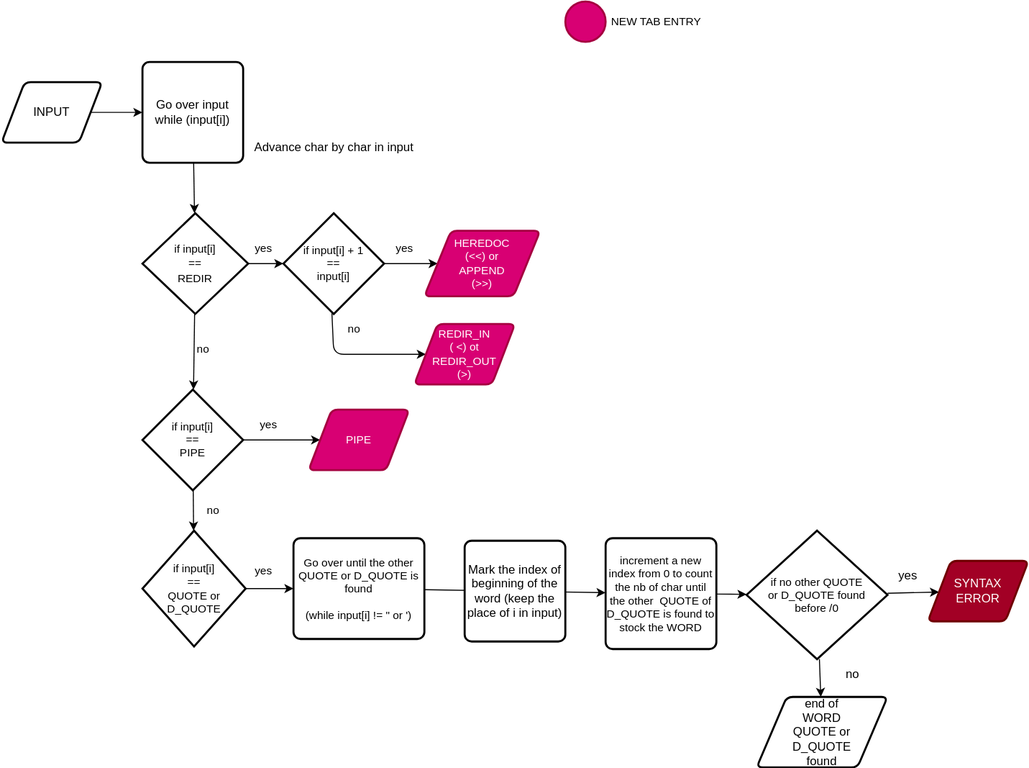
Earlier version of the draw.io export draws/doc_tokenization.drawio.svg (csteylae/MiniTry). Source tidied: cells renumbered, new cells last; positions are measured from the earlier drawing's top-left corner, leaving out a move shared by most shapes.
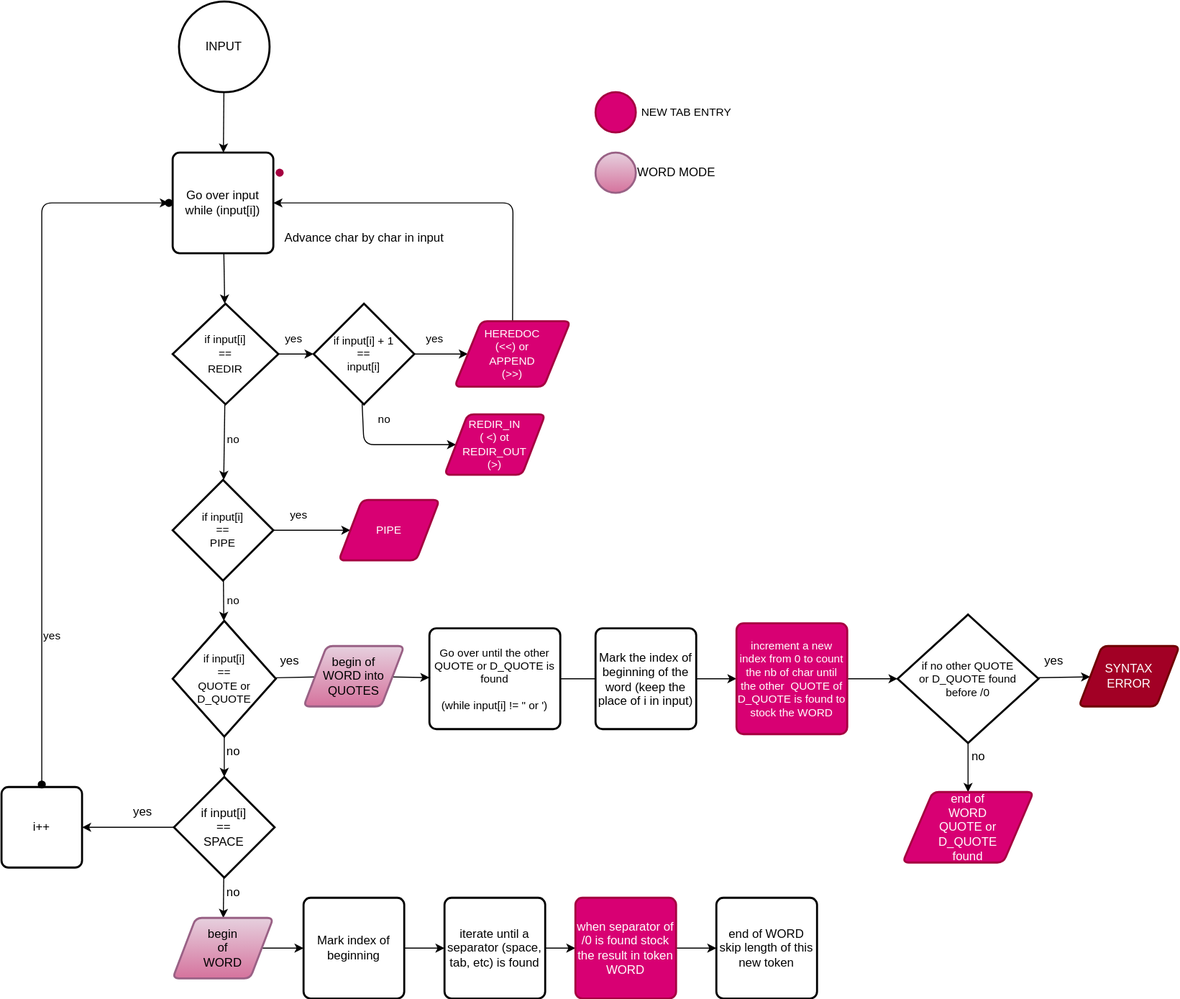
The same file after the commit.

The edit, as a diff of the source:
```diff
@@ -2,12 +2,6 @@
   <root>
     <mxCell id="0" />
     <mxCell id="1" parent="0" />
-    <mxCell id="2" style="edgeStyle=none;html=1;" parent="1" edge="1" source="3" target="5">
-      <mxGeometry relative="1" as="geometry" />
-    </mxCell>
-    <mxCell id="3" value="INPUT" style="shape=parallelogram;html=1;strokeWidth=2;perimeter=parallelogramPerimeter;whiteSpace=wrap;rounded=1;arcSize=12;size=0.23;" parent="1" vertex="1">
-      <mxGeometry y="80" width="100" height="60" as="geometry" />
-    </mxCell>
     <mxCell id="4" style="edgeStyle=none;html=1;" parent="1" edge="1" source="5" target="9">
       <mxGeometry relative="1" as="geometry" />
     </mxCell>
@@ -42,6 +36,13 @@
     <mxCell id="13" value="yes" style="text;html=1;align=center;verticalAlign=middle;strokeColor=none;fillColor=none;fontSize=11;" parent="1" vertex="1">
       <mxGeometry x="380" y="230" width="40" height="30" as="geometry" />
     </mxCell>
+    <mxCell id="42" style="edgeStyle=none;html=1;entryX=1;entryY=0.5;entryDx=0;entryDy=0;" parent="1" edge="1" source="14" target="5">
+      <mxGeometry relative="1" as="geometry">
+        <Array as="points">
+          <mxPoint x="478" y="110" />
+        </Array>
+      </mxGeometry>
+    </mxCell>
     <mxCell id="14" value="HEREDOC&lt;br&gt;&amp;nbsp;(&amp;lt;&amp;lt;) or &lt;br&gt;APPEND &lt;br&gt;(&amp;gt;&amp;gt;)" style="shape=parallelogram;html=1;strokeWidth=2;perimeter=parallelogramPerimeter;whiteSpace=wrap;rounded=1;arcSize=12;size=0.23;fontSize=11;fillColor=#d80073;fontColor=#ffffff;strokeColor=#A50040;" parent="1" vertex="1">
       <mxGeometry x="420" y="227.5" width="115" height="65" as="geometry" />
     </mxCell>
@@ -75,9 +76,12 @@
     <mxCell id="24" value="NEW TAB ENTRY&amp;nbsp;" style="text;html=1;align=center;verticalAlign=middle;strokeColor=none;fillColor=none;fontSize=11;" parent="1" vertex="1">
       <mxGeometry x="590" y="5" width="120" height="30" as="geometry" />
     </mxCell>
-    <mxCell id="25" style="edgeStyle=none;html=1;fontSize=11;" parent="1" edge="1" source="26" target="28">
+    <mxCell id="25" style="edgeStyle=none;html=1;fontSize=11;startArrow=none;" parent="1" edge="1" source="62" target="28">
       <mxGeometry relative="1" as="geometry" />
     </mxCell>
+    <mxCell id="43" style="edgeStyle=none;html=1;" parent="1" edge="1" source="26" target="46">
+      <mxGeometry relative="1" as="geometry" />
+    </mxCell>
     <mxCell id="26" value="if input[i]&lt;br&gt;== &lt;br&gt;QUOTE or&lt;br&gt;&amp;nbsp;D_QUOTE" style="strokeWidth=2;html=1;shape=mxgraph.flowchart.decision;whiteSpace=wrap;fontSize=11;" parent="1" vertex="1">
       <mxGeometry x="140" y="525" width="102.5" height="115" as="geometry" />
     </mxCell>
@@ -85,13 +89,13 @@
       <mxGeometry relative="1" as="geometry" />
     </mxCell>
     <mxCell id="28" value="Go over until the other QUOTE or D_QUOTE is found&lt;br&gt;&lt;br&gt;(while input[i] != &quot; or ')" style="rounded=1;whiteSpace=wrap;html=1;absoluteArcSize=1;arcSize=14;strokeWidth=2;fontSize=11;" parent="1" vertex="1">
-      <mxGeometry x="290" y="532.5" width="130" height="100" as="geometry" />
+      <mxGeometry x="395" y="532.5" width="130" height="100" as="geometry" />
     </mxCell>
     <mxCell id="29" value="no" style="text;html=1;align=center;verticalAlign=middle;strokeColor=none;fillColor=none;fontSize=11;" parent="1" vertex="1">
-      <mxGeometry x="190" y="490" width="40" height="30" as="geometry" />
+      <mxGeometry x="180" y="490" width="40" height="30" as="geometry" />
     </mxCell>
     <mxCell id="30" value="yes" style="text;html=1;align=center;verticalAlign=middle;strokeColor=none;fillColor=none;fontSize=11;" parent="1" vertex="1">
-      <mxGeometry x="240" y="550" width="40" height="30" as="geometry" />
+      <mxGeometry y="525" width="40" height="30" as="geometry" />
     </mxCell>
     <mxCell id="31" value="yes" style="text;html=1;align=center;verticalAlign=middle;strokeColor=none;fillColor=none;fontSize=11;" parent="1" vertex="1">
       <mxGeometry x="240" y="230" width="40" height="30" as="geometry" />
@@ -99,8 +103,8 @@
     <mxCell id="32" style="edgeStyle=none;html=1;fontSize=11;" parent="1" edge="1" source="33" target="36">
       <mxGeometry relative="1" as="geometry" />
     </mxCell>
-    <mxCell id="33" value="increment a new index from 0 to count the nb of char until the other&amp;nbsp; QUOTE of D_QUOTE is found to stock the WORD" style="rounded=1;whiteSpace=wrap;html=1;absoluteArcSize=1;arcSize=14;strokeWidth=2;fontSize=11;" parent="1" vertex="1">
-      <mxGeometry x="600" y="532.5" width="110" height="110" as="geometry" />
+    <mxCell id="33" value="increment a new index from 0 to count the nb of char until the other&amp;nbsp; QUOTE of D_QUOTE is found to stock the WORD" style="rounded=1;whiteSpace=wrap;html=1;absoluteArcSize=1;arcSize=14;strokeWidth=2;fontSize=11;fillColor=#d80073;fontColor=#ffffff;strokeColor=#A50040;" parent="1" vertex="1">
+      <mxGeometry x="700" y="527.5" width="110" height="110" as="geometry" />
     </mxCell>
     <mxCell id="34" style="edgeStyle=none;html=1;" parent="1" edge="1" source="36" target="38">
       <mxGeometry relative="1" as="geometry" />
@@ -109,22 +113,112 @@
       <mxGeometry relative="1" as="geometry" />
     </mxCell>
     <mxCell id="36" value="if no other QUOTE&lt;br&gt;&amp;nbsp;or D_QUOTE found &lt;br&gt;before /0" style="strokeWidth=2;html=1;shape=mxgraph.flowchart.decision;whiteSpace=wrap;fontSize=11;" parent="1" vertex="1">
-      <mxGeometry x="740" y="525" width="140" height="127.5" as="geometry" />
+      <mxGeometry x="860" y="518.8" width="140" height="127.5" as="geometry" />
     </mxCell>
     <mxCell id="37" value="Mark the index of beginning of the word (keep the place of i in input)" style="rounded=1;whiteSpace=wrap;html=1;absoluteArcSize=1;arcSize=14;strokeWidth=2;" parent="1" vertex="1">
-      <mxGeometry x="460" y="535" width="100" height="100" as="geometry" />
+      <mxGeometry x="560" y="532.5" width="100" height="100" as="geometry" />
     </mxCell>
     <mxCell id="38" value="SYNTAX &lt;br&gt;ERROR" style="shape=parallelogram;html=1;strokeWidth=2;perimeter=parallelogramPerimeter;whiteSpace=wrap;rounded=1;arcSize=12;size=0.23;fillColor=#a20025;fontColor=#ffffff;strokeColor=#6F0000;" parent="1" vertex="1">
-      <mxGeometry x="920" y="555" width="100" height="60" as="geometry" />
+      <mxGeometry x="1040" y="550" width="100" height="60" as="geometry" />
     </mxCell>
-    <mxCell id="39" value="yes" style="text;html=1;align=center;verticalAlign=middle;strokeColor=none;fillColor=none;" parent="1" vertex="1">
-      <mxGeometry x="880" y="555" width="40" height="30" as="geometry" />
-    </mxCell>
-    <mxCell id="40" value="end of&amp;nbsp;&lt;br&gt;WORD&lt;br&gt;QUOTE or&lt;br&gt;&amp;nbsp;D_QUOTE &lt;br&gt;found" style="shape=parallelogram;html=1;strokeWidth=2;perimeter=parallelogramPerimeter;whiteSpace=wrap;rounded=1;arcSize=12;size=0.23;" parent="1" vertex="1">
-      <mxGeometry x="750" y="690" width="130" height="70" as="geometry" />
+    <mxCell id="40" value="end of&amp;nbsp;&lt;br&gt;WORD&lt;br&gt;QUOTE or&lt;br&gt;&amp;nbsp;D_QUOTE &lt;br&gt;found" style="shape=parallelogram;html=1;strokeWidth=2;perimeter=parallelogramPerimeter;whiteSpace=wrap;rounded=1;arcSize=12;size=0.23;fillColor=#d80073;fontColor=#ffffff;strokeColor=#A50040;" parent="1" vertex="1">
+      <mxGeometry x="865" y="695" width="130" height="70" as="geometry" />
     </mxCell>
-    <mxCell id="41" value="no" style="text;html=1;align=center;verticalAlign=middle;strokeColor=none;fillColor=none;" parent="1" vertex="1">
-      <mxGeometry x="825" y="652.5" width="40" height="30" as="geometry" />
-    </mxCell>
+    <mxCell id="44" style="edgeStyle=none;html=1;" parent="1" edge="1" source="46" target="47">
+      <mxGeometry relative="1" as="geometry" />
+    </mxCell>
+    <mxCell id="45" style="edgeStyle=none;html=1;" parent="1" edge="1" source="46" target="53">
+      <mxGeometry relative="1" as="geometry" />
+    </mxCell>
+    <mxCell id="46" value="if input[i] &lt;br&gt;== &lt;br&gt;SPACE" style="strokeWidth=2;html=1;shape=mxgraph.flowchart.decision;whiteSpace=wrap;" parent="1" vertex="1">
+      <mxGeometry x="141.2" y="680" width="100" height="100" as="geometry" />
+    </mxCell>
+    <mxCell id="47" value="i++" style="rounded=1;whiteSpace=wrap;html=1;absoluteArcSize=1;arcSize=14;strokeWidth=2;" parent="1" vertex="1">
+      <mxGeometry x="-30" y="690" width="80" height="80" as="geometry" />
+    </mxCell>
+    <mxCell id="2" style="edgeStyle=none;html=1;" parent="1" edge="1" source="3" target="5">
+      <mxGeometry relative="1" as="geometry" />
+    </mxCell>
+    <mxCell id="3" value="INPUT" style="strokeWidth=2;html=1;shape=mxgraph.flowchart.start_2;whiteSpace=wrap;" parent="1" vertex="1">
+      <mxGeometry x="146.2" y="-90" width="90" height="90" as="geometry" />
+    </mxCell>
+    <mxCell id="48" style="edgeStyle=none;html=1;" parent="1" edge="1" source="49" target="50">
+      <mxGeometry relative="1" as="geometry">
+        <Array as="points">
+          <mxPoint x="10" y="110" />
+        </Array>
+      </mxGeometry>
+    </mxCell>
+    <mxCell id="49" style="shape=waypoint;sketch=0;size=6;points=[];fillColor=default;perimeter=centerPerimeter;snapToPoint=1;rounded=1;arcSize=14;strokeWidth=2;" parent="1" vertex="1">
+      <mxGeometry y="677.5" width="20" height="20" as="geometry" />
+    </mxCell>
+    <mxCell id="50" style="shape=waypoint;sketch=0;size=6;points=[];fillColor=default;perimeter=centerPerimeter;snapToPoint=1;rounded=1;arcSize=14;strokeWidth=2;" parent="1" vertex="1">
+      <mxGeometry x="126.2" y="100" width="20" height="20" as="geometry" />
+    </mxCell>
+    <mxCell id="51" value="no" style="text;html=1;align=center;verticalAlign=middle;strokeColor=none;fillColor=none;" parent="1" vertex="1">
+      <mxGeometry x="180" y="640" width="40" height="30" as="geometry" />
+    </mxCell>
+    <mxCell id="52" style="edgeStyle=none;html=1;" parent="1" edge="1" source="53" target="58">
+      <mxGeometry relative="1" as="geometry" />
+    </mxCell>
+    <mxCell id="53" value="begin &lt;br&gt;of&lt;br&gt;WORD&amp;nbsp;" style="shape=parallelogram;html=1;strokeWidth=2;perimeter=parallelogramPerimeter;whiteSpace=wrap;rounded=1;arcSize=12;size=0.23;fillColor=#e6d0de;gradientColor=#d5739d;strokeColor=#996185;" parent="1" vertex="1">
+      <mxGeometry x="140" y="820" width="100" height="60" as="geometry" />
+    </mxCell>
+    <mxCell id="54" value="yes" style="text;html=1;align=center;verticalAlign=middle;strokeColor=none;fillColor=none;" parent="1" vertex="1">
+      <mxGeometry x="90" y="700" width="40" height="30" as="geometry" />
+    </mxCell>
+    <mxCell id="55" style="edgeStyle=none;html=1;endArrow=none;" parent="1" edge="1" source="46">
+      <mxGeometry relative="1" as="geometry">
+        <mxPoint x="236.4" y="780" as="targetPoint" />
+      </mxGeometry>
+    </mxCell>
+    <mxCell id="56" value="no" style="text;html=1;align=center;verticalAlign=middle;strokeColor=none;fillColor=none;" parent="1" vertex="1">
+      <mxGeometry x="180" y="780" width="40" height="30" as="geometry" />
+    </mxCell>
+    <mxCell id="57" style="edgeStyle=none;html=1;" parent="1" edge="1" source="58" target="60">
+      <mxGeometry relative="1" as="geometry" />
+    </mxCell>
+    <mxCell id="58" value="Mark index of beginning" style="rounded=1;whiteSpace=wrap;html=1;absoluteArcSize=1;arcSize=14;strokeWidth=2;" parent="1" vertex="1">
+      <mxGeometry x="270" y="800" width="100" height="100" as="geometry" />
+    </mxCell>
+    <mxCell id="59" style="edgeStyle=none;html=1;" parent="1" edge="1" source="60" target="69">
+      <mxGeometry relative="1" as="geometry" />
+    </mxCell>
+    <mxCell id="60" value="iterate until a separator (space, tab, etc) is found" style="rounded=1;whiteSpace=wrap;html=1;absoluteArcSize=1;arcSize=14;strokeWidth=2;" parent="1" vertex="1">
+      <mxGeometry x="410" y="800" width="100" height="100" as="geometry" />
+    </mxCell>
+    <mxCell id="61" style="edgeStyle=none;html=1;fontSize=11;endArrow=none;" parent="1" edge="1" source="26" target="62">
+      <mxGeometry relative="1" as="geometry" />
+    </mxCell>
+    <mxCell id="62" value="begin of &lt;br&gt;WORD into QUOTES" style="shape=parallelogram;html=1;strokeWidth=2;perimeter=parallelogramPerimeter;whiteSpace=wrap;rounded=1;arcSize=12;size=0.23;fillColor=#e6d0de;gradientColor=#d5739d;strokeColor=#996185;" parent="1" vertex="1">
+      <mxGeometry x="270" y="550" width="100" height="60" as="geometry" />
+    </mxCell>
+    <mxCell id="63" style="strokeWidth=2;html=1;shape=mxgraph.flowchart.start_2;whiteSpace=wrap;fontSize=11;fillColor=#e6d0de;strokeColor=#996185;gradientColor=#d5739d;" parent="1" vertex="1">
+      <mxGeometry x="560" y="60" width="40" height="40" as="geometry" />
+    </mxCell>
+    <mxCell id="64" value="WORD MODE" style="text;html=1;align=center;verticalAlign=middle;strokeColor=none;fillColor=none;" parent="1" vertex="1">
+      <mxGeometry x="590" y="65" width="100" height="30" as="geometry" />
+    </mxCell>
+    <mxCell id="65" value="yes" style="text;html=1;align=center;verticalAlign=middle;strokeColor=none;fillColor=none;" parent="1" vertex="1">
+      <mxGeometry x="236.2" y="550" width="40" height="30" as="geometry" />
+    </mxCell>
+    <mxCell id="66" value="yes" style="text;html=1;align=center;verticalAlign=middle;strokeColor=none;fillColor=none;" parent="1" vertex="1">
+      <mxGeometry x="995" y="550" width="40" height="30" as="geometry" />
+    </mxCell>
+    <mxCell id="67" value="no" style="text;html=1;align=center;verticalAlign=middle;strokeColor=none;fillColor=none;" parent="1" vertex="1">
+      <mxGeometry x="920" y="645" width="40" height="30" as="geometry" />
+    </mxCell>
+    <mxCell id="68" style="edgeStyle=none;html=1;" parent="1" edge="1" source="69" target="70">
+      <mxGeometry relative="1" as="geometry" />
+    </mxCell>
+    <mxCell id="69" value="when separator of /0 is found stock the result in token WORD" style="rounded=1;whiteSpace=wrap;html=1;absoluteArcSize=1;arcSize=14;strokeWidth=2;fillColor=#d80073;fontColor=#ffffff;strokeColor=#A50040;" parent="1" vertex="1">
+      <mxGeometry x="540" y="800" width="100" height="100" as="geometry" />
+    </mxCell>
+    <mxCell id="70" value="end of WORD skip length of this new token" style="rounded=1;whiteSpace=wrap;html=1;absoluteArcSize=1;arcSize=14;strokeWidth=2;" parent="1" vertex="1">
+      <mxGeometry x="680" y="800" width="100" height="100" as="geometry" />
+    </mxCell>
+    <mxCell id="71" style="shape=waypoint;sketch=0;size=6;fillColor=#d80073;perimeter=centerPerimeter;fontSize=11;strokeColor=#A50040;fontColor=#ffffff;strokeWidth=2;rounded=1;arcSize=12;" parent="1" vertex="1">
+      <mxGeometry x="236.2" y="70" width="20" height="20" as="geometry" />
+    </mxCell>
   </root>
 </mxGraphModel>
```
